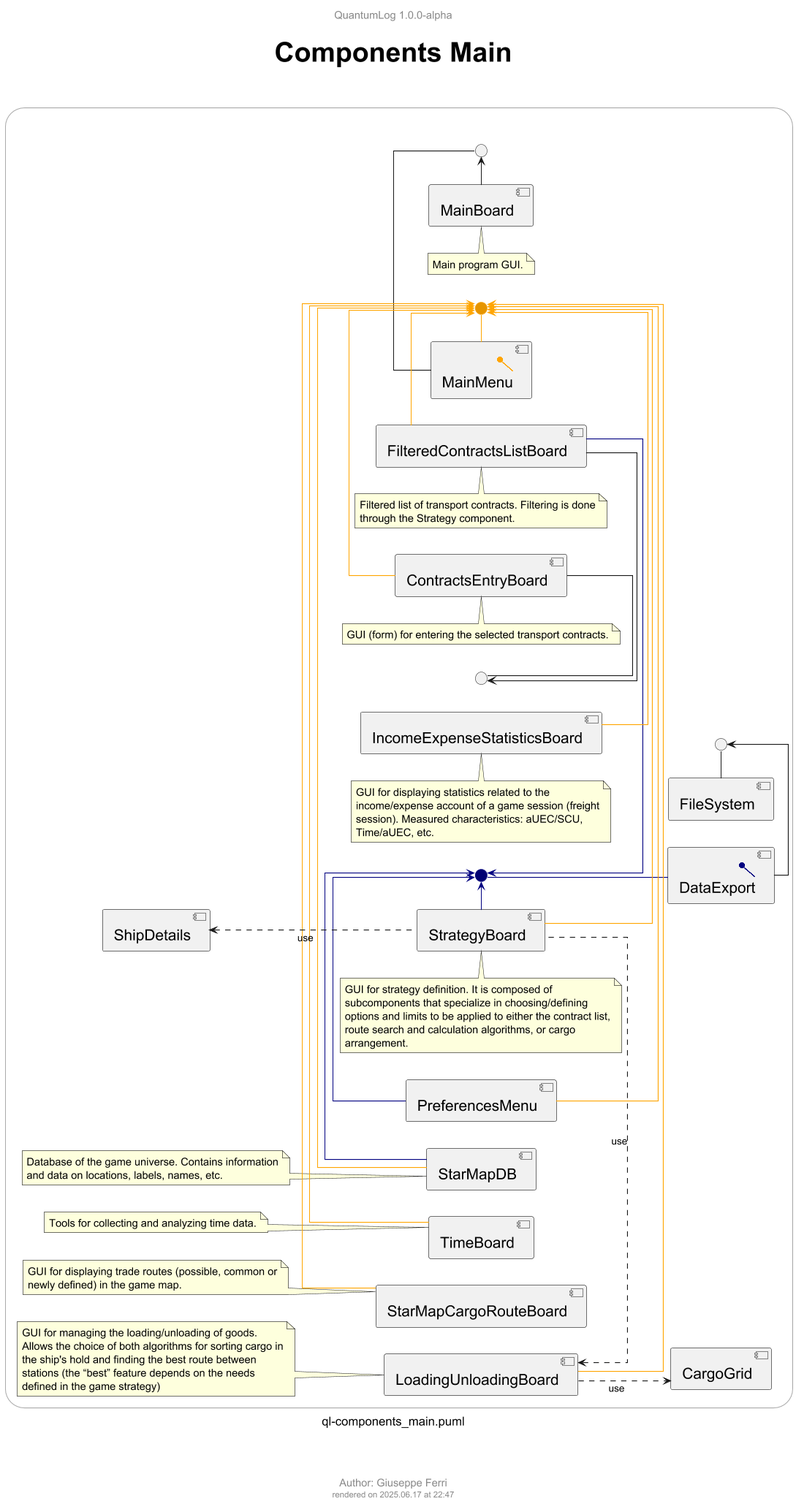
Before: out/ql-diagram/ql-components_main.png, a diagram exported from PlantUML (JoeFerri/QuantumLog).
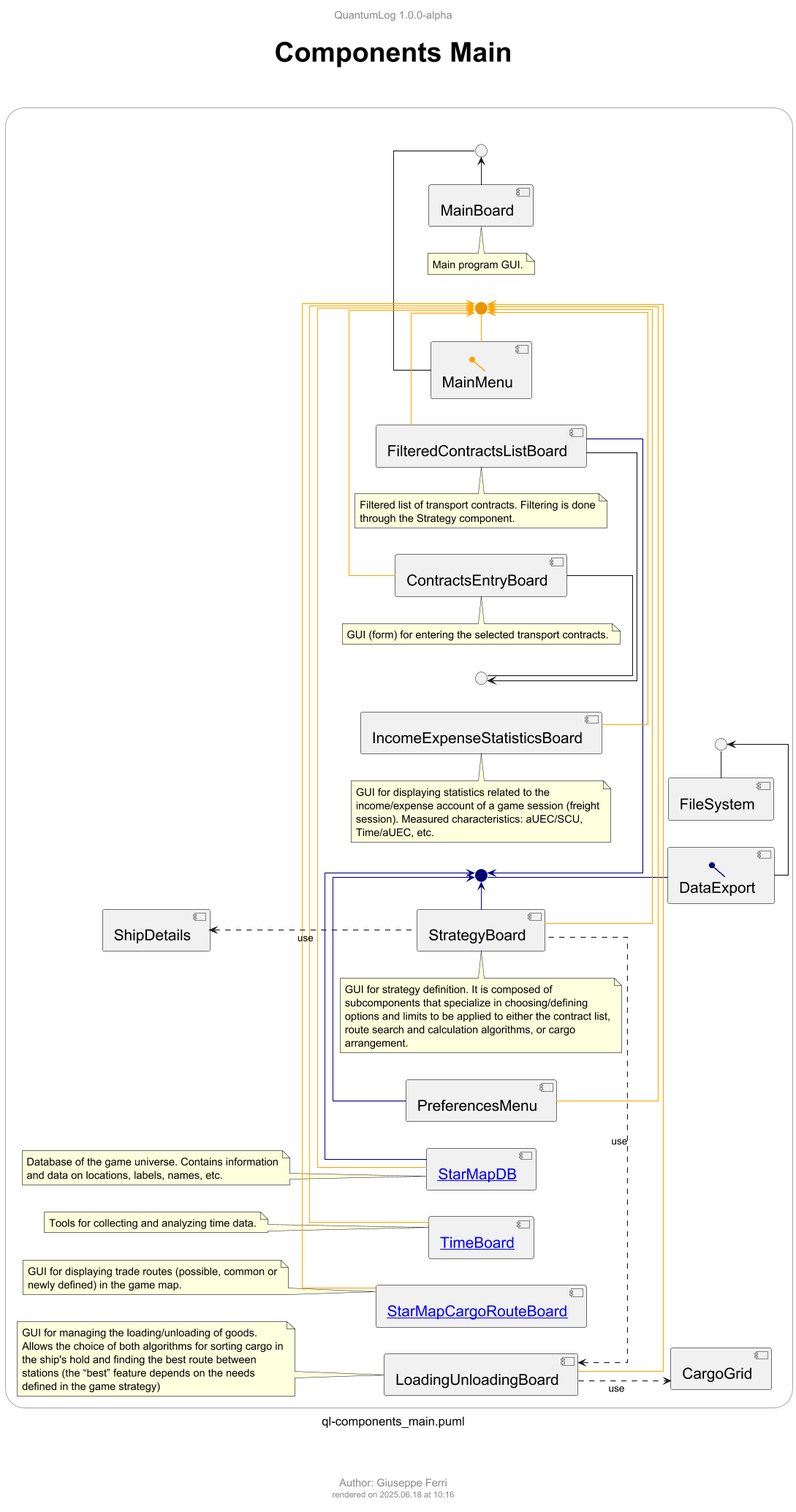
After the change.

Diff of the diagram source:
```diff
@@ -28,15 +28,15 @@
 
   component [PreferencesMenu]
 
-  component [StarMapDB]
+  component "[[ql-components_main_starmapdb.png {go to StarMapDB diagram} StarMapDB]]" as StarMapDB
     !$note = "Database of the game universe. Contains information and data on locations, labels, names, etc."
     $qlNoteRel(nStarMapDB, [StarMapDB], "..", $note)
 
-  component [TimeBoard]
+  component "[[ql-components_main_timeboard.png {go to TimeBoard diagram} TimeBoard]]" as TimeBoard
     !$note = "Tools for collecting and analyzing time data."
     $qlNoteRel(nTimeBoard, [TimeBoard], "..", $note)
 
-  component [StarMapCargoRouteBoard]
+  component "[[ql-components_main_starmapcargorouteboard.png {go to StarMapCargoRouteBoard diagram} StarMapCargoRouteBoard]]" as StarMapCargoRouteBoard
     !$note = "GUI for displaying trade routes (possible, common or newly defined) in the game map."
     $qlNoteRel(nStarMapCargoRouteBoard, [StarMapCargoRouteBoard], "..", $note)
 
```
